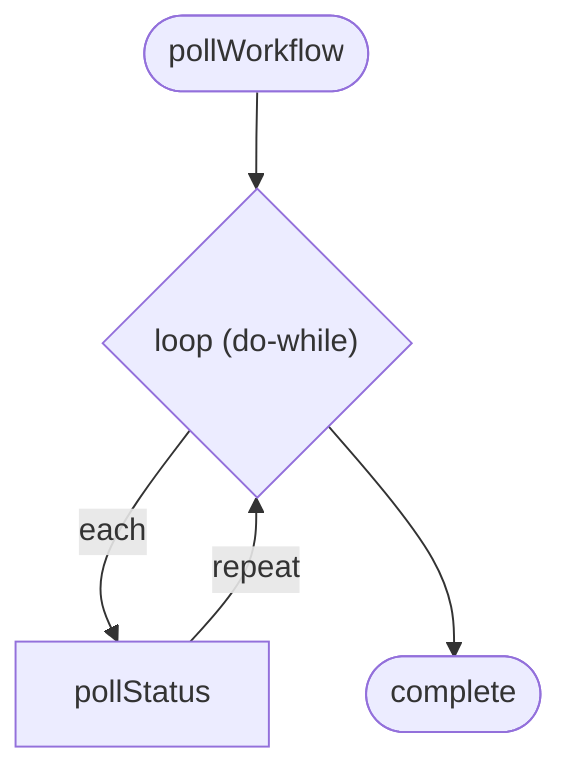
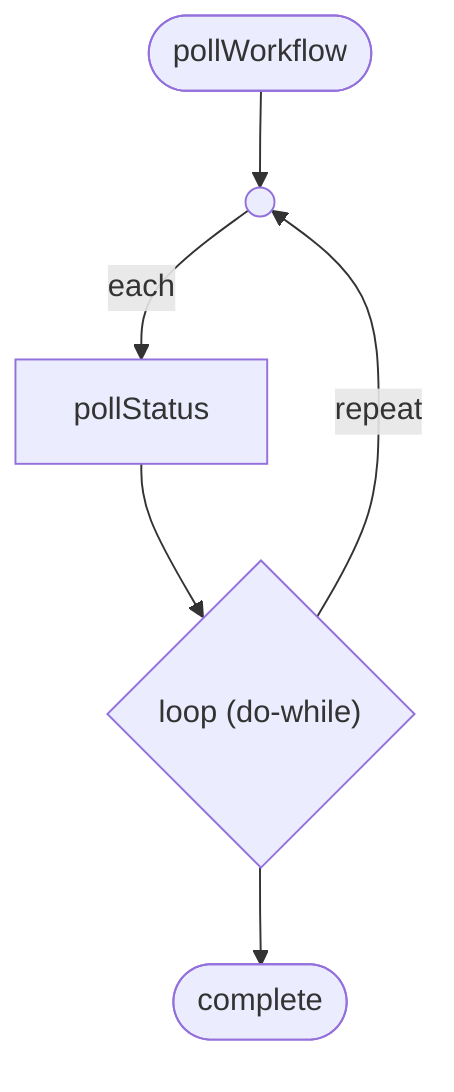
flowchart TD
  start(["pollWorkflow"])
  flow_pollWorkflow_2{"loop (do-while)"}
+   n1(( ))
  flow_pollWorkflow_1["pollStatus"]
  complete(["complete"])
-   start --> flow_pollWorkflow_2
-   flow_pollWorkflow_2 -->|"each"| flow_pollWorkflow_1
-   flow_pollWorkflow_1 -->|"repeat"| flow_pollWorkflow_2
+   start --> n1
+   n1 -->|"each"| flow_pollWorkflow_1
+   flow_pollWorkflow_1 --> flow_pollWorkflow_2
+   flow_pollWorkflow_2 -->|"repeat"| n1
  flow_pollWorkflow_2 --> complete
